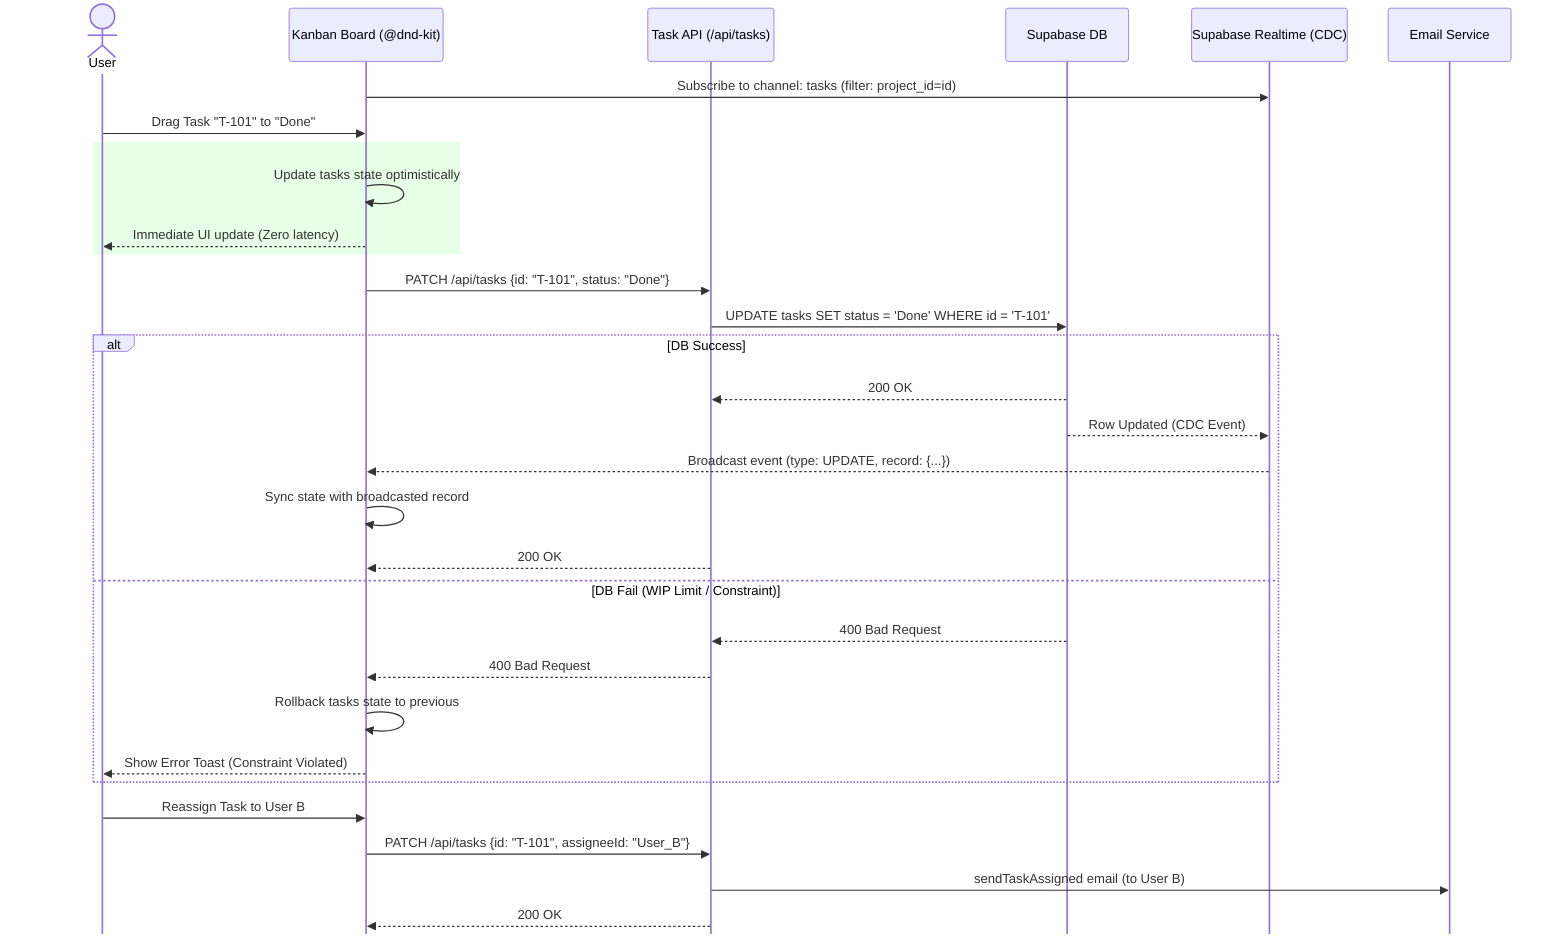
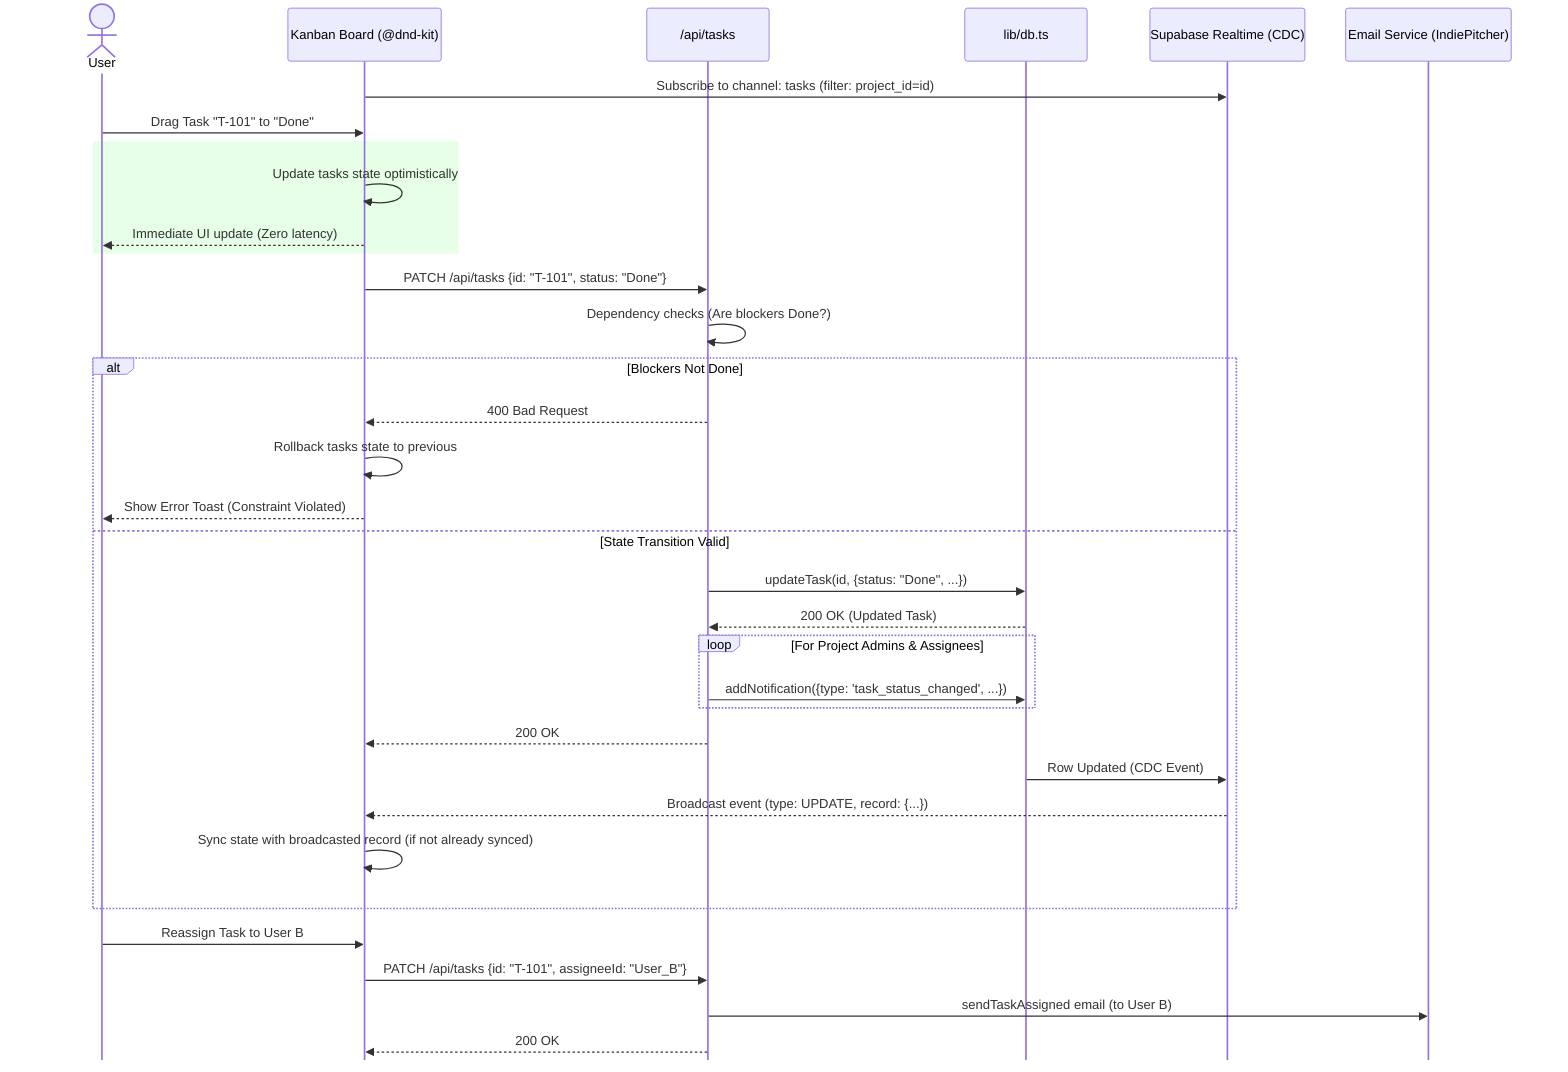
%%{init: {"sequence": {"mirrorActors": false}}}%%
sequenceDiagram
    actor User
    participant Board as Kanban Board (@dnd-kit)
-     participant API as Task API (/api/tasks)
-     participant DB as Supabase DB
+     participant API as /api/tasks
+     participant DB as lib/db.ts
    participant RT as Supabase Realtime (CDC)
-     participant Email as Email Service
+     participant Email as Email Service (IndiePitcher)

    Board->>RT: Subscribe to channel: tasks (filter: project_id=id)
    User->>Board: Drag Task "T-101" to "Done"

    rect rgb(230, 255, 230)
    Board->>Board: Update tasks state optimistically
    Board-->>User: Immediate UI update (Zero latency)
    end

    Board->>API: PATCH /api/tasks {id: "T-101", status: "Done"}
-     API->>DB: UPDATE tasks SET status = 'Done' WHERE id = 'T-101'
+     API->>API: Dependency checks (Are blockers Done?)

-     alt DB Success
-         DB-->>API: 200 OK
-         DB-->>RT: Row Updated (CDC Event)
-         RT-->>Board: Broadcast event (type: UPDATE, record: {...})
-         Board->>Board: Sync state with broadcasted record
-         API-->>Board: 200 OK
-     else DB Fail (WIP Limit / Constraint)
-         DB-->>API: 400 Bad Request
+     alt Blockers Not Done
        API-->>Board: 400 Bad Request
        Board->>Board: Rollback tasks state to previous
        Board-->>User: Show Error Toast (Constraint Violated)
+     else State Transition Valid
+         API->>DB: updateTask(id, {status: "Done", ...})
+         DB-->>API: 200 OK (Updated Task)
+ 
+         %% Triggering in-app notifications
+         loop For Project Admins & Assignees
+             API->>DB: addNotification({type: 'task_status_changed', ...})
+         end
+ 
+         API-->>Board: 200 OK
+ 
+         DB->>RT: Row Updated (CDC Event)
+         RT-->>Board: Broadcast event (type: UPDATE, record: {...})
+         Board->>Board: Sync state with broadcasted record (if not already synced)
    end

    User->>Board: Reassign Task to User B
    Board->>API: PATCH /api/tasks {id: "T-101", assigneeId: "User_B"}
+     %% Requested to be kept from original diagram
    API->>Email: sendTaskAssigned email (to User B)
    API-->>Board: 200 OK
